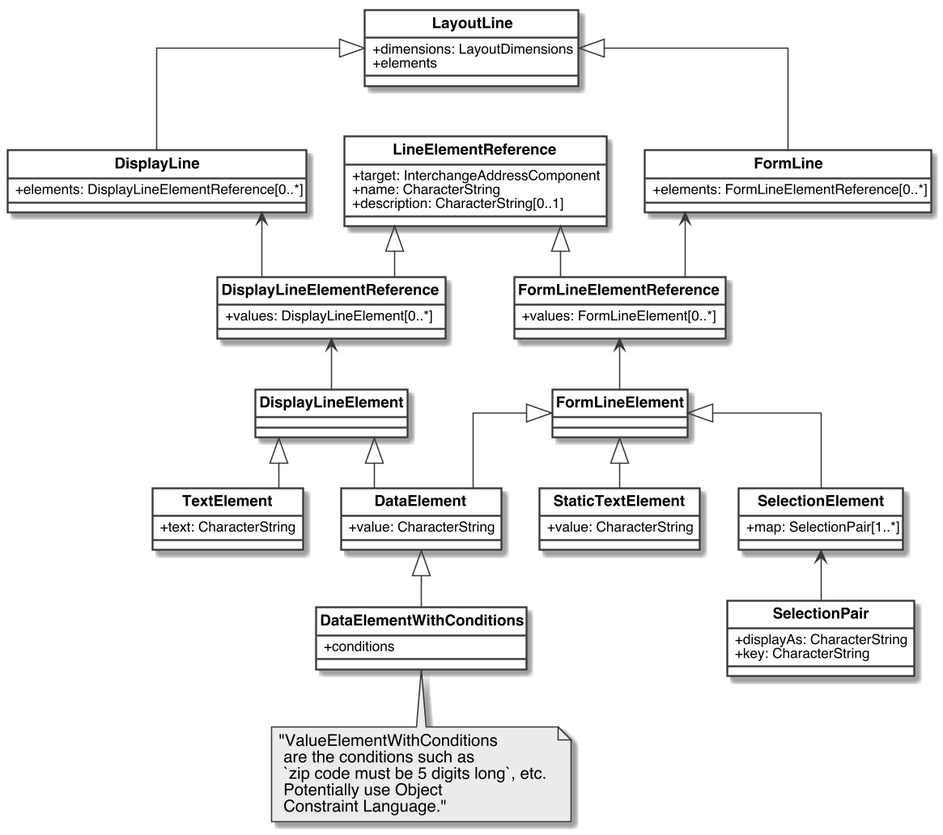
Above: images/LayoutLine.png in CalConnect/csd-digital-addresses (PlantUML), before the change. Source of this version:
```plantuml
@startuml LayoutLine

skinparam classAttributeIconSize 0
skinparam Dpi 150
skinparam Monochrome true
skinparam LineType ortho
skinparam nodesep 30
skinparam ranksep 40
hide circle
skinparam Default {
TextAlignment center
FontName Helvetica
}
skinparam Class {
AttributeIconSize 0
BackgroundColor White
FontStyle bold
StereotypeFontSize 10
}
skinparam Rectangle {
BackgroundColor White
FontStyle bold
FontSize 11
StereotypeFontSize 10
}
skinparam Object {
BackgroundColor White
FontStyle bold
FontSize 11
StereotypeFontSize 10
}

skinparam Entity {
StereotypeFontSize 10
}

class LayoutLine{
    +dimensions: LayoutDimensions
    +elements
}

class DisplayLine{
    +elements: DisplayLineElementReference[0..*]
}

class FormLine{
    +elements: FormLineElementReference[0..*]
}

class LineElementReference{
    +target: InterchangeAddressComponent
    +name: CharacterString
    +description: CharacterString[0..1]
}

class DisplayLineElementReference{
    +values: DisplayLineElement[0..*]
}

class FormLineElementReference{
    +values: FormLineElement[0..*]
}

class DisplayLineElement{

}

class FormLineElement{

}

class TextElement{
    +text: CharacterString
}

class DataElement{
    +value: CharacterString
}

class StaticTextElement{
    +value: CharacterString
}

class SelectionElement{
    +map: SelectionPair[1..*]
}

class SelectionPair{
    +displayAs: CharacterString
    +key: CharacterString
}

class DataElementWithConditions {
    +conditions
}



note bottom of DataElementWithConditions: "ValueElementWithConditions\n are the conditions such as\n `zip code must be 5 digits long`, etc.\n Potentially use Object\n Constraint Language."

LayoutLine <|-- DisplayLine
LayoutLine <|-- FormLine
DisplayLine <-- DisplayLineElementReference
FormLine <-- FormLineElementReference
LineElementReference <|-- DisplayLineElementReference
LineElementReference <|-- FormLineElementReference
DisplayLineElementReference <-- DisplayLineElement
FormLineElementReference <-- FormLineElement
DisplayLineElement <|-- TextElement
DisplayLineElement <|-- DataElement
FormLineElement <|-- StaticTextElement
FormLineElement <|-- SelectionElement
SelectionElement <-- SelectionPair
FormLineElement <|-- DataElement
DataElement <|-- DataElementWithConditions


@enduml
```
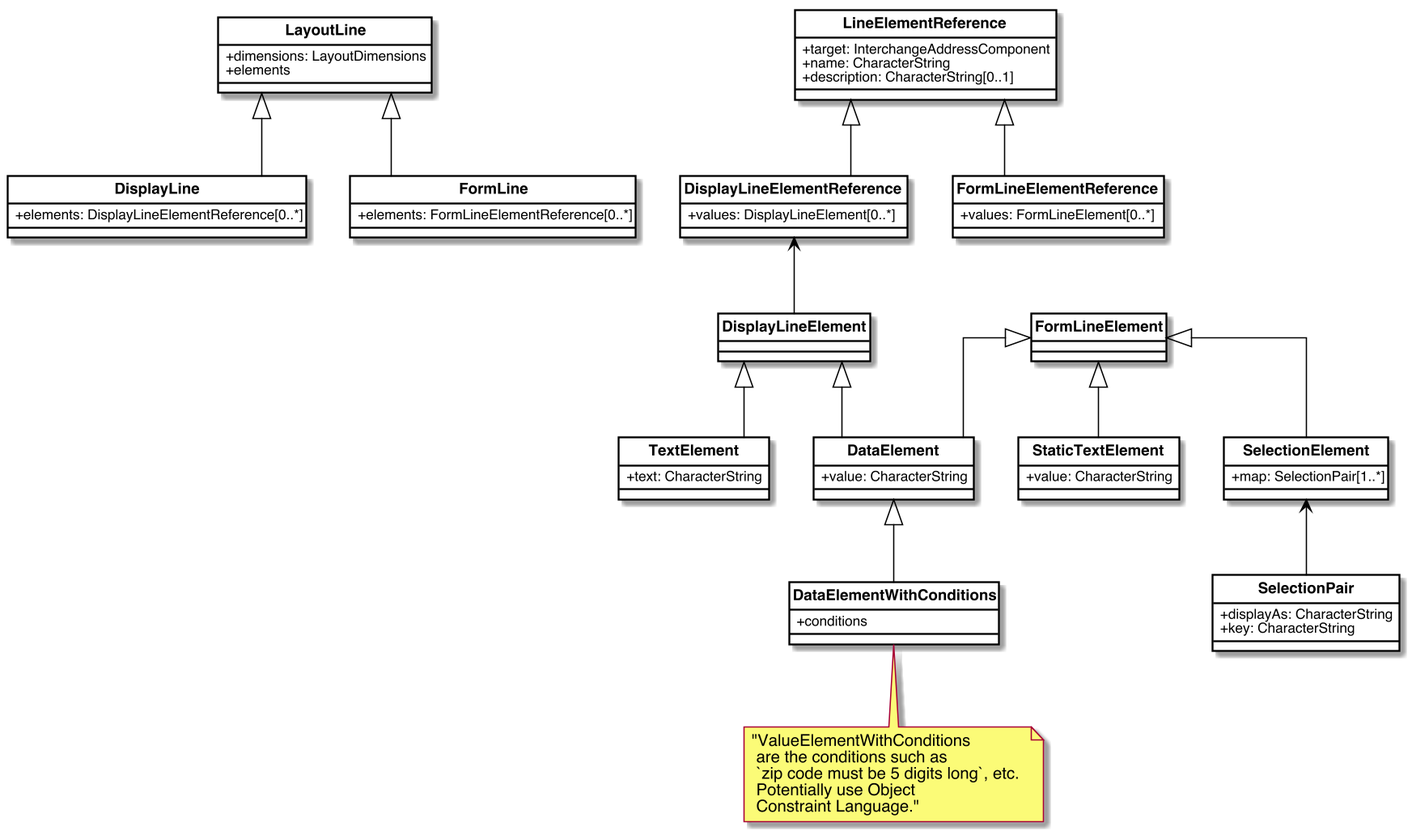
Later version of the same file.

Change to the diagram source:
```diff
@@ -1,64 +1,70 @@
-@startuml LayoutLine
+@startuml
 
-skinparam classAttributeIconSize 0
+
 skinparam Dpi 150
-skinparam Monochrome true
+skinparam Monochrome false
 skinparam LineType ortho
-skinparam nodesep 30
-skinparam ranksep 40
 hide circle
 skinparam Default {
-TextAlignment center
-FontName Helvetica
+  TextAlignment center
+  FontName Helvetica
 }
 skinparam Class {
-AttributeIconSize 0
-BackgroundColor White
-FontStyle bold
-StereotypeFontSize 10
+  AttributeIconSize 0
+  BackgroundColor White
+  ArrowColor Black
+  BorderColor Black
+  FontStyle bold
+  StereotypeFontSize 10
 }
 skinparam Rectangle {
-BackgroundColor White
-FontStyle bold
-FontSize 11
-StereotypeFontSize 10
+  BackgroundColor White
+  ArrowColor Black
+  BorderColor Black
+  FontStyle bold
+  FontSize 11
+  StereotypeFontSize 10
 }
 skinparam Object {
-BackgroundColor White
-FontStyle bold
-FontSize 11
-StereotypeFontSize 10
+  BackgroundColor White
+  ArrowColor Black
+  BorderColor Black
+  FontStyle bold
+  FontSize 11
+  StereotypeFontSize 10
 }
 
 skinparam Entity {
-StereotypeFontSize 10
+  StereotypeFontSize 10
 }
 
+
+
 class LayoutLine{
-    +dimensions: LayoutDimensions
-    +elements
+  +dimensions: LayoutDimensions
+  +elements
 }
 
 class DisplayLine{
-    +elements: DisplayLineElementReference[0..*]
+  +elements: DisplayLineElementReference[0..*]
 }
 
 class FormLine{
-    +elements: FormLineElementReference[0..*]
+  +elements: FormLineElementReference[0..*]
 }
 
 class LineElementReference{
-    +target: InterchangeAddressComponent
-    +name: CharacterString
-    +description: CharacterString[0..1]
+  +target: InterchangeAddressComponent
+  +name: CharacterString
+  +description: CharacterString[0..1]
 }
 
 class DisplayLineElementReference{
-    +values: DisplayLineElement[0..*]
+  +values: DisplayLineElement[0..*]
 }
 
 class FormLineElementReference{
-    +values: FormLineElement[0..*]
+  +values: FormLineElement[0..*]
 }
 
 class DisplayLineElement{
@@ -70,28 +76,28 @@
 }
 
 class TextElement{
-    +text: CharacterString
+  +text: CharacterString
 }
 
 class DataElement{
-    +value: CharacterString
+  +value: CharacterString
 }
 
 class StaticTextElement{
-    +value: CharacterString
+  +value: CharacterString
 }
 
 class SelectionElement{
-    +map: SelectionPair[1..*]
+  +map: SelectionPair[1..*]
 }
 
 class SelectionPair{
-    +displayAs: CharacterString
-    +key: CharacterString
+  +displayAs: CharacterString
+  +key: CharacterString
 }
 
 class DataElementWithConditions {
-    +conditions
+  +conditions
 }
 
 
@@ -100,12 +106,9 @@
 
 LayoutLine <|-- DisplayLine
 LayoutLine <|-- FormLine
-DisplayLine <-- DisplayLineElementReference
-FormLine <-- FormLineElementReference
 LineElementReference <|-- DisplayLineElementReference
 LineElementReference <|-- FormLineElementReference
 DisplayLineElementReference <-- DisplayLineElement
-FormLineElementReference <-- FormLineElement
 DisplayLineElement <|-- TextElement
 DisplayLineElement <|-- DataElement
 FormLineElement <|-- StaticTextElement
```
